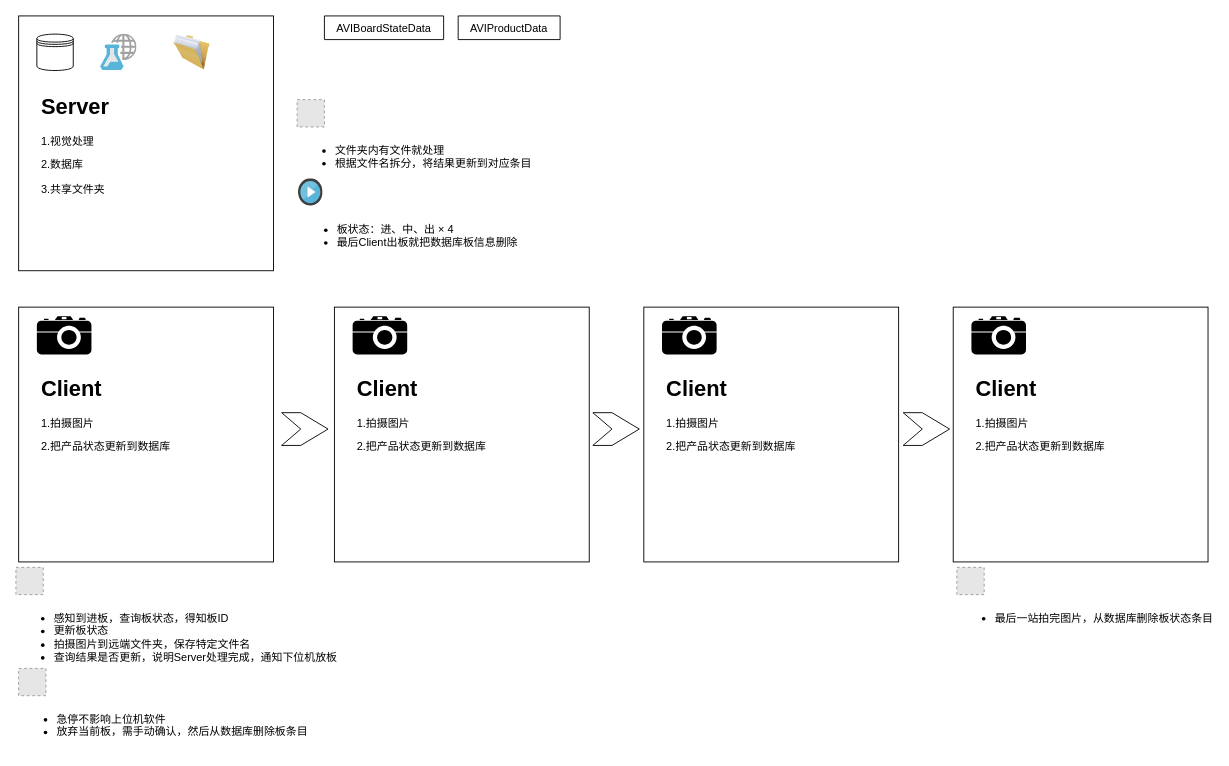
Earlier version of the draw.io diagram AVIDesignMap.drawio (LeaderXinjianSun/Drawio). Source tidied: cells renumbered, new cells numbered last; positions are measured from the earlier drawing's top-left corner, leaving out a move shared by most shapes. Both pictures are drawn from the tidied source at 91%, with x=0, y=0 at pixel (15, 15). Pictures stored in the file or linked from it are replaced by grey dashed boxes.
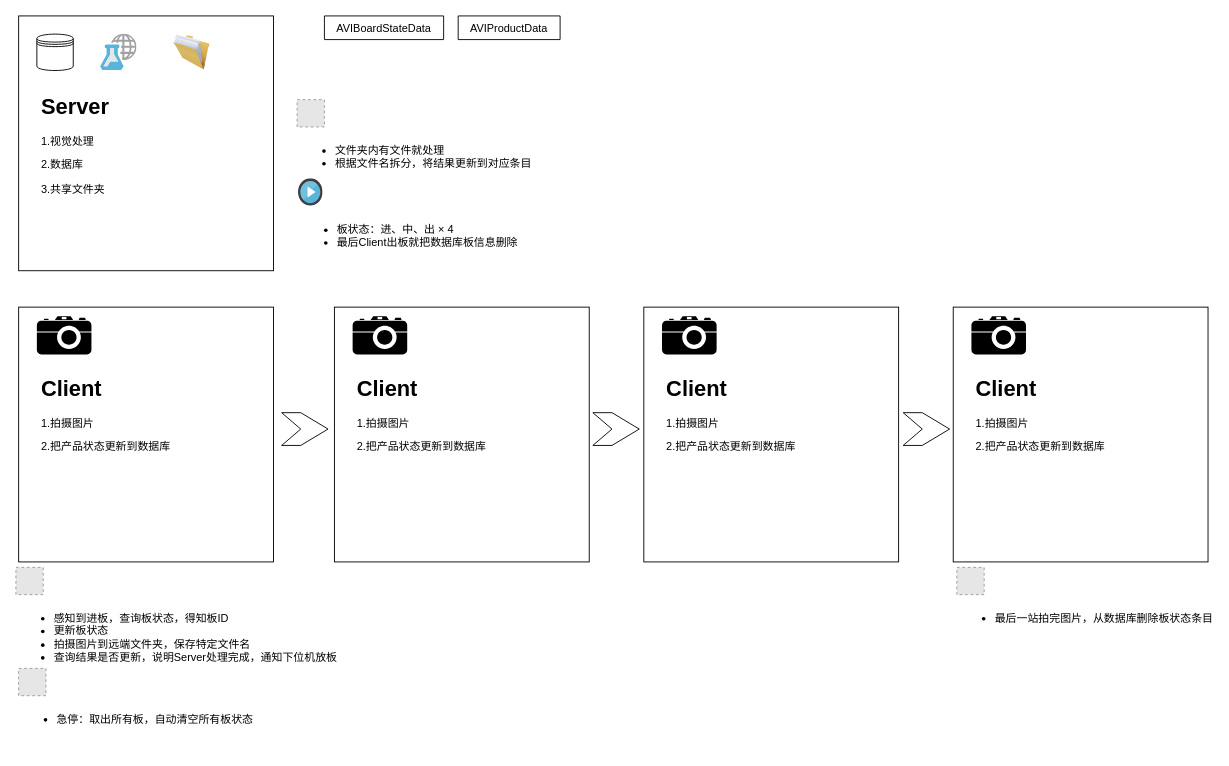
Above is the later version.

Change to the diagram source:
```diff
@@
-    <mxCell id="22" value="&lt;ul&gt;&lt;li&gt;急停不影响上位机软件&lt;/li&gt;&lt;li&gt;放弃当前板，需手动确认，然后从数据库删除板条目&lt;/li&gt;&lt;/ul&gt;" style="fillColor=#E6E6E6;strokeColor=#999999;dashed=1;html=1;verticalAlign=top;verticalLabelPosition=bottom;labelBackgroundColor=#ffffff;align=left;" parent="1" vertex="1">
+    <mxCell id="22" value="&lt;ul&gt;&lt;li&gt;急停：取出所有板，自动清空所有板状态&lt;/li&gt;&lt;/ul&gt;" style="fillColor=#E6E6E6;strokeColor=#999999;dashed=1;html=1;verticalAlign=top;verticalLabelPosition=bottom;labelBackgroundColor=#ffffff;align=left;" parent="1" vertex="1">
       <mxGeometry x="3" y="717" width="30" height="30" as="geometry" />
     </mxCell>
```
